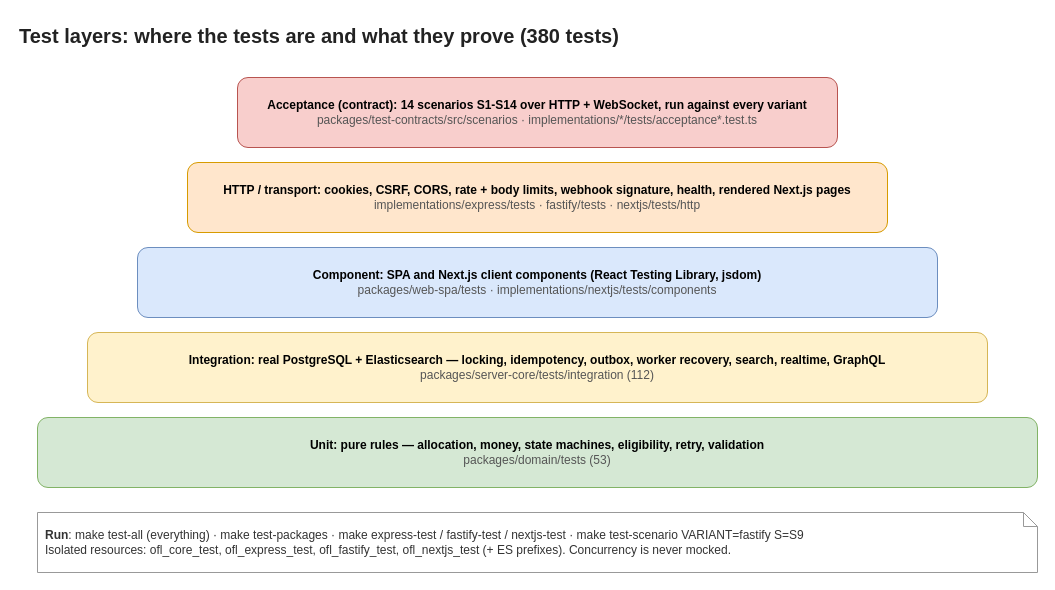
This is architecture/diagrams/10-test-layers.drawio from mhshohel/backend_code_check, a draw.io file, before an edit. Source tidied: cells renumbered, new cells numbered last; positions are measured from the earlier drawing's top-left corner, leaving out a move shared by most shapes. Both pictures are drawn from the tidied source at 100%, with x=0, y=0 at pixel (17, 17).
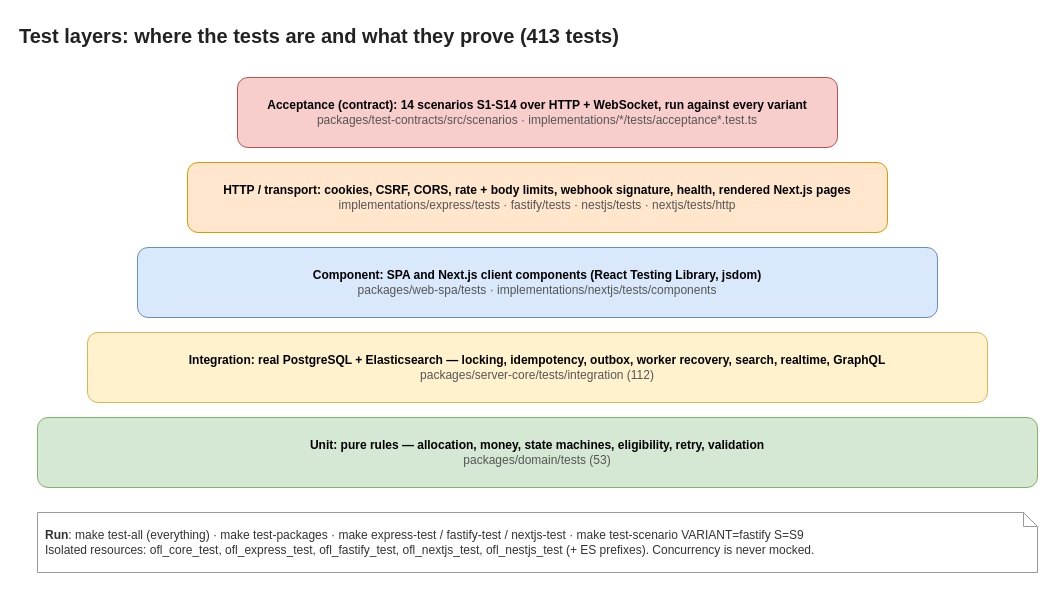
The same page after the edit.

Diff of the diagram source:
```diff
@@
 <mxGraphModel>
   <root>
     <mxCell id="0" />
     <mxCell id="1" parent="0" />
-    <mxCell id="2" value="Test layers: where the tests are and what they prove (380 tests)" style="text;html=1;whiteSpace=wrap;align=left;verticalAlign=middle;fontSize=20;fontStyle=1;fontColor=#222222;" parent="1" vertex="1">
+    <mxCell id="2" value="Test layers: where the tests are and what they prove (413 tests)" style="text;html=1;whiteSpace=wrap;align=left;verticalAlign=middle;fontSize=20;fontStyle=1;fontColor=#222222;" parent="1" vertex="1">
       <mxGeometry width="1000" height="36" as="geometry" />
     </mxCell>
     <mxCell id="3" value="&lt;b&gt;Acceptance (contract): 14 scenarios S1-S14 over HTTP + WebSocket, run against every variant&lt;/b&gt;&lt;br&gt;&lt;font color=&quot;#555555&quot;&gt;packages/test-contracts/src/scenarios · implementations/*/tests/acceptance*.test.ts&lt;/font&gt;" style="rounded=1;whiteSpace=wrap;html=1;fillColor=#f8cecc;strokeColor=#b85450;" parent="1" vertex="1">
       <mxGeometry x="220" y="60" width="600" height="70" as="geometry" />
     </mxCell>
-    <mxCell id="4" value="&lt;b&gt;HTTP / transport: cookies, CSRF, CORS, rate + body limits, webhook signature, health, rendered Next.js pages&lt;/b&gt;&lt;br&gt;&lt;font color=&quot;#555555&quot;&gt;implementations/express/tests · fastify/tests · nextjs/tests/http&lt;/font&gt;" style="rounded=1;whiteSpace=wrap;html=1;fillColor=#ffe6cc;strokeColor=#d79b00;" parent="1" vertex="1">
+    <mxCell id="4" value="&lt;b&gt;HTTP / transport: cookies, CSRF, CORS, rate + body limits, webhook signature, health, rendered Next.js pages&lt;/b&gt;&lt;br&gt;&lt;font color=&quot;#555555&quot;&gt;implementations/express/tests · fastify/tests · nestjs/tests · nextjs/tests/http&lt;/font&gt;" style="rounded=1;whiteSpace=wrap;html=1;fillColor=#ffe6cc;strokeColor=#d79b00;" parent="1" vertex="1">
       <mxGeometry x="170" y="145" width="700" height="70" as="geometry" />
     </mxCell>
     <mxCell id="5" value="&lt;b&gt;Component: SPA and Next.js client components (React Testing Library, jsdom)&lt;/b&gt;&lt;br&gt;&lt;font color=&quot;#555555&quot;&gt;packages/web-spa/tests · implementations/nextjs/tests/components&lt;/font&gt;" style="rounded=1;whiteSpace=wrap;html=1;fillColor=#dae8fc;strokeColor=#6c8ebf;" parent="1" vertex="1">
       <mxGeometry x="120" y="230" width="800" height="70" as="geometry" />
     </mxCell>
     <mxCell id="6" value="&lt;b&gt;Integration: real PostgreSQL + Elasticsearch — locking, idempotency, outbox, worker recovery, search, realtime, GraphQL&lt;/b&gt;&lt;br&gt;&lt;font color=&quot;#555555&quot;&gt;packages/server-core/tests/integration (112)&lt;/font&gt;" style="rounded=1;whiteSpace=wrap;html=1;fillColor=#fff2cc;strokeColor=#d6b656;" parent="1" vertex="1">
       <mxGeometry x="70" y="315" width="900" height="70" as="geometry" />
     </mxCell>
     <mxCell id="7" value="&lt;b&gt;Unit: pure rules — allocation, money, state machines, eligibility, retry, validation&lt;/b&gt;&lt;br&gt;&lt;font color=&quot;#555555&quot;&gt;packages/domain/tests (53)&lt;/font&gt;" style="rounded=1;whiteSpace=wrap;html=1;fillColor=#d5e8d4;strokeColor=#82b366;" parent="1" vertex="1">
       <mxGeometry x="20" y="400" width="1000" height="70" as="geometry" />
     </mxCell>
-    <mxCell id="8" value="&lt;b&gt;Run&lt;/b&gt;: make test-all (everything) · make test-packages · make express-test / fastify-test / nextjs-test · make test-scenario VARIANT=fastify S=S9&lt;br&gt;Isolated resources: ofl_core_test, ofl_express_test, ofl_fastify_test, ofl_nextjs_test (+ ES prefixes). Concurrency is never mocked." style="shape=note;whiteSpace=wrap;html=1;size=14;fillColor=#ffffff;strokeColor=#999999;fontColor=#333333;align=left;spacingLeft=6;" parent="1" vertex="1">
+    <mxCell id="8" value="&lt;b&gt;Run&lt;/b&gt;: make test-all (everything) · make test-packages · make express-test / fastify-test / nextjs-test · make test-scenario VARIANT=fastify S=S9&lt;br&gt;Isolated resources: ofl_core_test, ofl_express_test, ofl_fastify_test, ofl_nextjs_test, ofl_nestjs_test (+ ES prefixes). Concurrency is never mocked." style="shape=note;whiteSpace=wrap;html=1;size=14;fillColor=#ffffff;strokeColor=#999999;fontColor=#333333;align=left;spacingLeft=6;" parent="1" vertex="1">
       <mxGeometry x="20" y="495" width="1000" height="60" as="geometry" />
     </mxCell>
   </root>
 </mxGraphModel>
```
